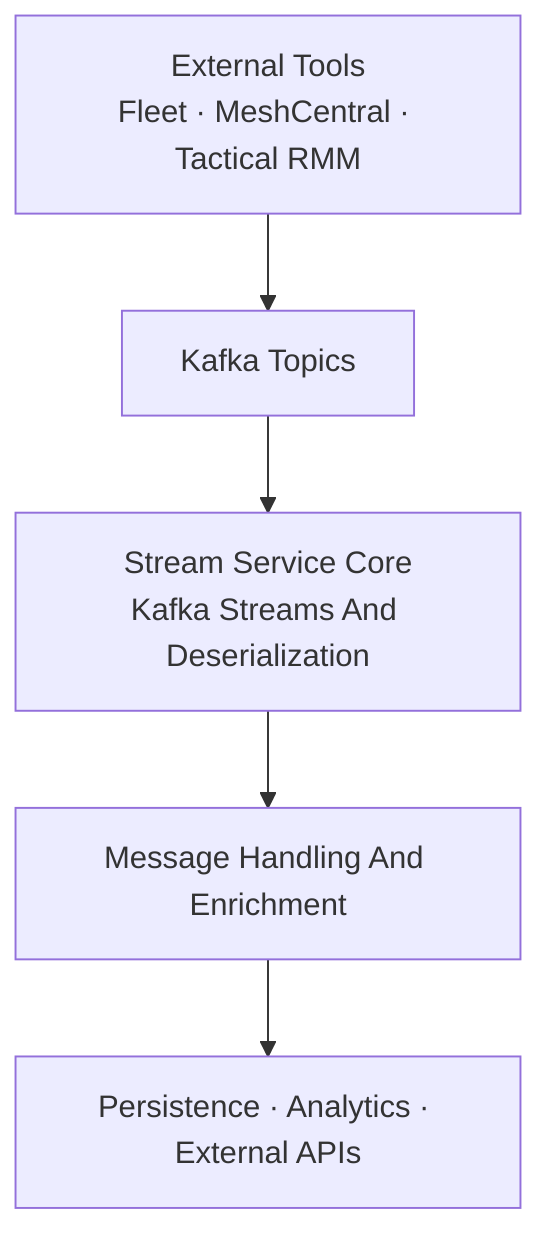
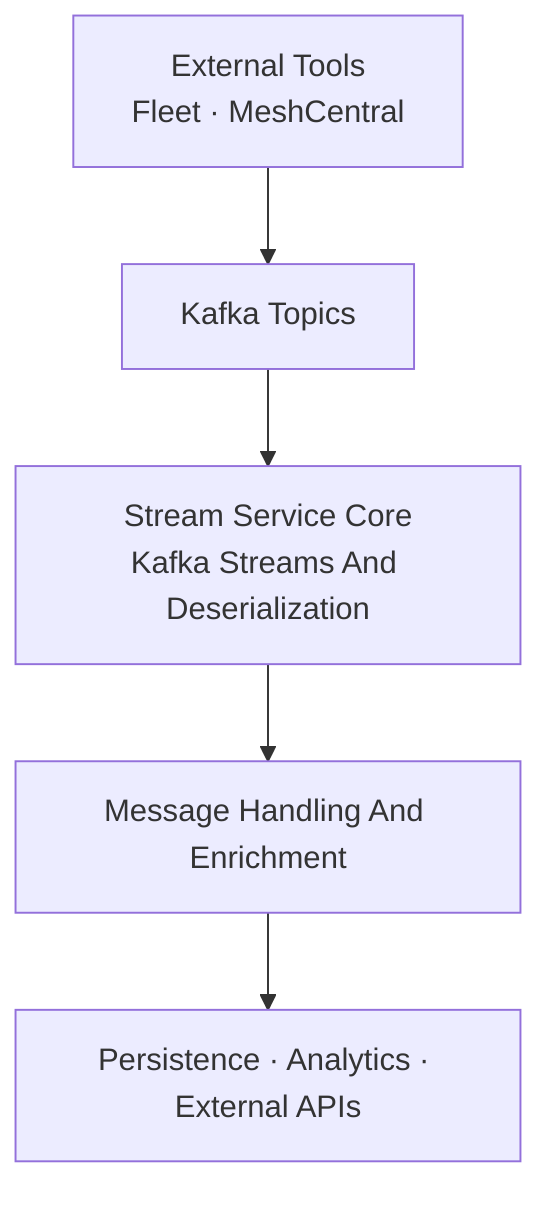
flowchart TD
-     ExternalTools["External Tools<br/>Fleet · MeshCentral · Tactical RMM"] --> KafkaBroker["Kafka Topics"]
+     ExternalTools["External Tools<br/>Fleet · MeshCentral"] --> KafkaBroker["Kafka Topics"]
    KafkaBroker --> StreamCore["Stream Service Core<br/>Kafka Streams And Deserialization"]
    StreamCore --> MessageHandling["Message Handling And Enrichment"]
    MessageHandling --> Downstream["Persistence · Analytics · External APIs"]
